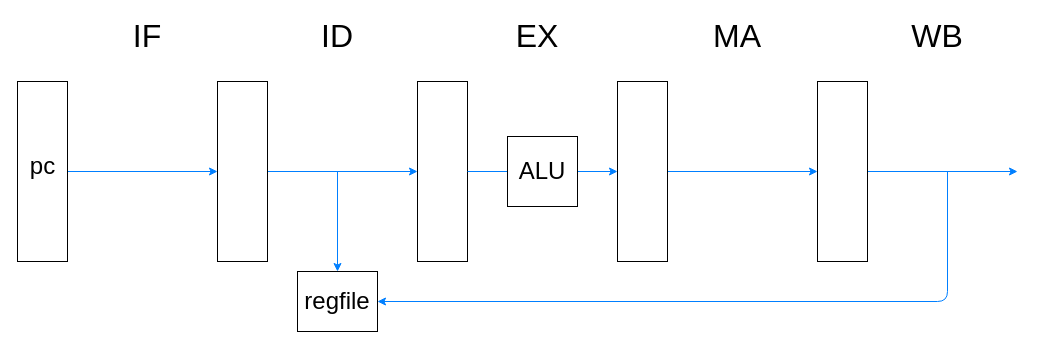
Earlier version of the draw.io diagram page "Page-2" (3 of 4) of diagram.drawio (tokyo4j/avlsi-final). Source tidied: cells renumbered, new cells numbered last; positions are measured from the earlier drawing's top-left corner, leaving out a move shared by most shapes. Both pictures are drawn from the tidied source at 100%, with x=0, y=0 at pixel (17, 21).
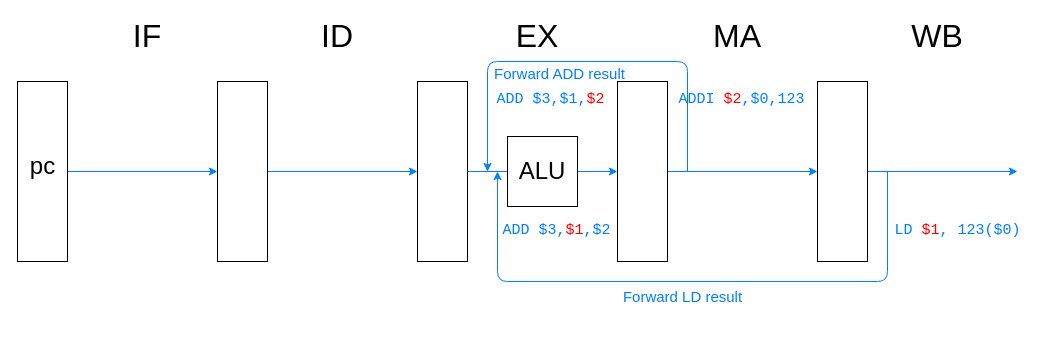
The same page after the edit.

Diff of the diagram source:
```diff
@@
-    <mxCell id="20" value="&lt;font style=&quot;font-size: 24px;&quot;&gt;regfile&lt;/font&gt;" style="rounded=0;whiteSpace=wrap;html=1;fontColor=#000000;" parent="1" vertex="1">
-      <mxGeometry x="280" y="250" width="80" height="60" as="geometry" />
-    </mxCell>
-    <mxCell id="21" style="edgeStyle=none;html=1;entryX=0.5;entryY=0;entryDx=0;entryDy=0;strokeColor=#007FFF;fontSize=18;fontColor=#000000;" parent="1" edge="1" target="20">
-      <mxGeometry relative="1" as="geometry">
-        <mxPoint x="320" y="150" as="sourcePoint" />
-      </mxGeometry>
-    </mxCell>
-    <mxCell id="22" style="edgeStyle=none;html=1;strokeColor=#007FFF;fontSize=18;fontColor=#000000;" parent="1" edge="1">
-      <mxGeometry relative="1" as="geometry">
-        <mxPoint x="930" y="150" as="sourcePoint" />
-        <mxPoint x="360" y="280" as="targetPoint" />
-        <Array as="points">
-          <mxPoint x="930" y="280" />
-        </Array>
-      </mxGeometry>
-    </mxCell>
+    <mxCell id="23" style="edgeStyle=none;html=1;strokeColor=#007FFF;fontSize=18;fontColor=#000000;startArrow=none;" parent="1" edge="1">
+      <mxGeometry relative="1" as="geometry">
+        <mxPoint x="670" y="150" as="sourcePoint" />
+        <mxPoint x="470" y="150" as="targetPoint" />
+        <Array as="points">
+          <mxPoint x="670" y="40" />
+          <mxPoint x="470" y="40" />
+        </Array>
+      </mxGeometry>
+    </mxCell>
+    <mxCell id="24" value="Forward ADD result" style="text;html=1;align=center;verticalAlign=middle;strokeColor=none;fillColor=none;fontSize=15;fontColor=#007FFF;" parent="1" vertex="1">
+      <mxGeometry x="467" y="37" width="150" height="30" as="geometry" />
+    </mxCell>
+    <mxCell id="25" style="edgeStyle=none;html=1;strokeColor=#007FFF;fontSize=18;fontColor=#000000;startArrow=none;" parent="1" edge="1">
+      <mxGeometry relative="1" as="geometry">
+        <mxPoint x="870" y="150" as="sourcePoint" />
+        <mxPoint x="480" y="150" as="targetPoint" />
+        <Array as="points">
+          <mxPoint x="870" y="260" />
+          <mxPoint x="480" y="260" />
+        </Array>
+      </mxGeometry>
+    </mxCell>
+    <mxCell id="26" value="Forward LD result" style="text;html=1;align=center;verticalAlign=middle;strokeColor=none;fillColor=none;fontSize=15;fontColor=#007FFF;" parent="1" vertex="1">
+      <mxGeometry x="595" y="260" width="140" height="30" as="geometry" />
+    </mxCell>
+    <mxCell id="27" value="ADD $3,$1,&lt;font color=&quot;#ff0000&quot;&gt;$2&lt;/font&gt;" style="text;html=1;align=center;verticalAlign=middle;strokeColor=none;fillColor=none;fontSize=15;fontColor=#007FFF;fontFamily=Monospace;" parent="1" vertex="1">
+      <mxGeometry x="468" y="63" width="130" height="30" as="geometry" />
+    </mxCell>
+    <mxCell id="28" value="ADDI &lt;font color=&quot;#ff0000&quot;&gt;$2&lt;/font&gt;,$0,123" style="text;html=1;align=center;verticalAlign=middle;strokeColor=none;fillColor=none;fontSize=15;fontColor=#007FFF;fontFamily=Monospace;" parent="1" vertex="1">
+      <mxGeometry x="649" y="63" width="150" height="30" as="geometry" />
+    </mxCell>
+    <mxCell id="29" value="ADD $3,&lt;font color=&quot;#ff0000&quot;&gt;$1&lt;/font&gt;,$2" style="text;html=1;align=center;verticalAlign=middle;strokeColor=none;fillColor=none;fontSize=15;fontColor=#007FFF;fontFamily=Monospace;" parent="1" vertex="1">
+      <mxGeometry x="474" y="194" width="130" height="30" as="geometry" />
+    </mxCell>
+    <mxCell id="30" value="LD &lt;font color=&quot;#ff0000&quot;&gt;$1&lt;/font&gt;, 123($0)" style="text;html=1;align=center;verticalAlign=middle;strokeColor=none;fillColor=none;fontSize=15;fontColor=#007FFF;fontFamily=Monospace;" parent="1" vertex="1">
+      <mxGeometry x="865" y="194" width="150" height="30" as="geometry" />
+    </mxCell>
```
